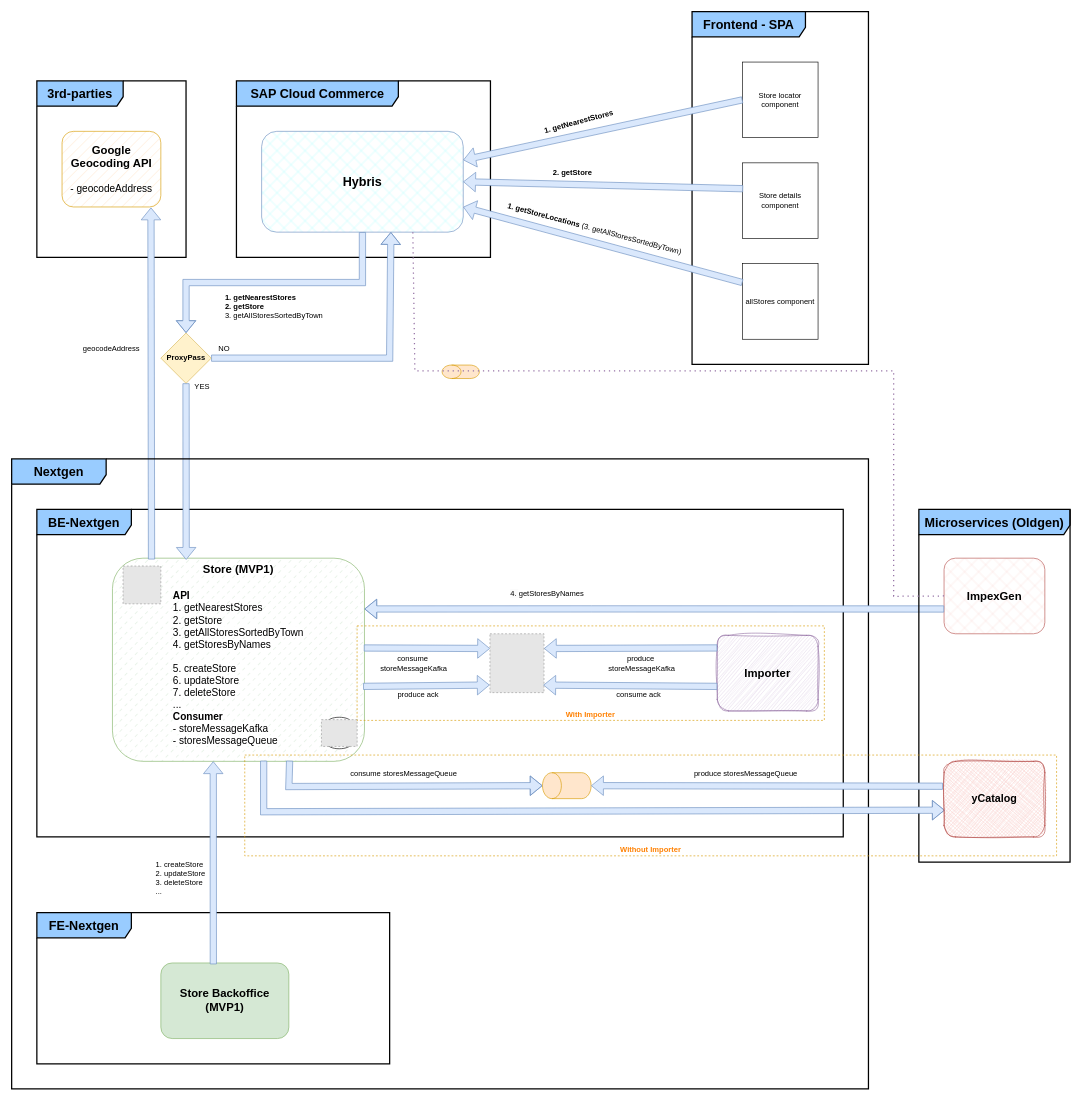
d-figuccia/draw-io keeps this draw.io diagram as graphs/store-macroservice.drawio. Above is the earlier version. Source tidied: cells renumbered, new cells numbered last; positions are measured from the earlier drawing's top-left corner, leaving out a move shared by most shapes. Both pictures are drawn from the tidied source at 63%, with x=0, y=0 at pixel (11, 11). Pictures stored in the file or linked from it are replaced by grey dashed boxes.
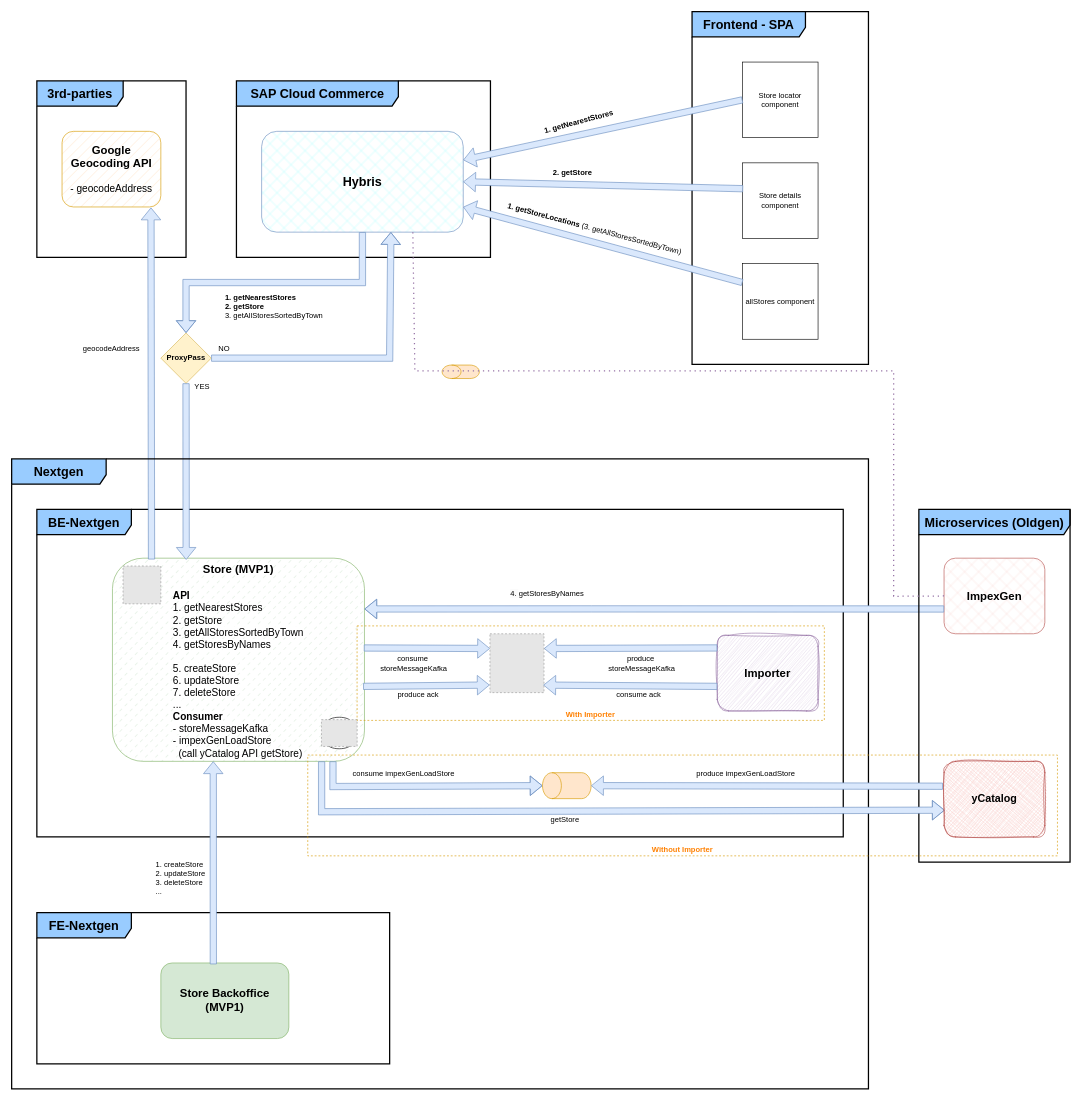
The same diagram, later.

Unchanged cells that the change refers to:
```xml
<mxCell id="45" style="fillColor=#E6E6E6;strokeColor=#999999;dashed=1;verticalLabelPosition=bottom;labelBackgroundColor=default;verticalAlign=top;" parent="1" vertex="1">
  <mxGeometry x="759.2" y="987.5" width="85.8" height="93.4" as="geometry" />
</mxCell>
<mxCell id="48" value="&lt;b&gt;&lt;font style=&quot;font-size: 17px;&quot;&gt;yCatalog&lt;/font&gt;&lt;/b&gt;" style="rounded=1;whiteSpace=wrap;html=1;fillColor=#f8cecc;strokeColor=#b85450;fillStyle=cross-hatch;sketch=1;curveFitting=1;jiggle=2;" parent="1" vertex="1">
  <mxGeometry x="1480" y="1190" width="160" height="120" as="geometry" />
</mxCell>
<mxCell id="50" value="&lt;div style=&quot;text-align: left;&quot;&gt;&lt;br&gt;&lt;/div&gt;" style="shape=cylinder3;whiteSpace=wrap;html=1;boundedLbl=1;backgroundOutline=1;size=15;rotation=-90;fillColor=#ffe6cc;fillStyle=solid;strokeColor=#d79b00;" parent="1" vertex="1">
  <mxGeometry x="860.6" y="1190" width="41.2" height="77.2" as="geometry" />
</mxCell>
```

Change to the diagram source:
```diff
@@
-    <mxCell id="5" value="&lt;span style=&quot;font-size: 18px; font-weight: 700; text-align: left;&quot;&gt;Store (MVP1)&lt;/span&gt;&lt;div&gt;&lt;span style=&quot;font-size: 18px; font-weight: 700; text-align: left;&quot;&gt;&lt;br&gt;&lt;/span&gt;&lt;/div&gt;&lt;div style=&quot;text-align: left; font-size: 16px;&quot;&gt;&lt;font style=&quot;font-size: 16px;&quot;&gt;&lt;b&gt;API&lt;/b&gt;&lt;/font&gt;&lt;/div&gt;&lt;div style=&quot;text-align: left; font-size: 16px;&quot;&gt;&lt;font style=&quot;font-size: 16px;&quot;&gt;1.&amp;nbsp;&lt;span style=&quot;background-color: initial; text-align: center; text-wrap: nowrap;&quot;&gt;getNearestStores&lt;/span&gt;&lt;/font&gt;&lt;/div&gt;&lt;div style=&quot;text-align: left; font-size: 16px;&quot;&gt;&lt;font style=&quot;font-size: 16px;&quot;&gt;&lt;span style=&quot;&quot;&gt;2.&amp;nbsp;&lt;/span&gt;&lt;span style=&quot;background-color: initial; text-align: center; text-wrap: nowrap;&quot;&gt;getStore&lt;/span&gt;&lt;/font&gt;&lt;/div&gt;&lt;div style=&quot;text-align: left; font-size: 16px;&quot;&gt;&lt;font style=&quot;font-size: 16px;&quot;&gt;3.&amp;nbsp;&lt;span style=&quot;background-color: rgb(255, 255, 255); text-wrap: nowrap; text-align: center;&quot;&gt;getAllStoresSortedByTown&lt;/span&gt;&lt;/font&gt;&lt;/div&gt;&lt;div style=&quot;text-align: left; font-size: 16px;&quot;&gt;&lt;font style=&quot;font-size: 16px;&quot;&gt;&lt;span style=&quot;background-color: rgb(255, 255, 255); text-wrap: nowrap; text-align: center;&quot;&gt;4.&amp;nbsp;&lt;/span&gt;&lt;/font&gt;&lt;span style=&quot;background-color: rgb(255, 255, 255); text-wrap: nowrap; text-align: center;&quot;&gt;getStoresByNames&lt;/span&gt;&lt;/div&gt;&lt;div style=&quot;text-align: left; font-size: 16px;&quot;&gt;&lt;font style=&quot;font-size: 16px;&quot;&gt;&lt;span style=&quot;background-color: rgb(255, 255, 255); text-wrap: nowrap; text-align: center;&quot;&gt;&lt;br&gt;&lt;/span&gt;&lt;/font&gt;&lt;/div&gt;&lt;div style=&quot;text-align: left; font-size: 16px;&quot;&gt;&lt;font style=&quot;font-size: 16px;&quot;&gt;&lt;span style=&quot;background-color: rgb(255, 255, 255); text-wrap: nowrap; text-align: center;&quot;&gt;5. createStore&lt;/span&gt;&lt;/font&gt;&lt;/div&gt;&lt;div style=&quot;text-align: left; font-size: 16px;&quot;&gt;&lt;font style=&quot;font-size: 16px;&quot;&gt;&lt;span style=&quot;background-color: rgb(255, 255, 255); text-wrap: nowrap; text-align: center;&quot;&gt;6. updateStore&lt;/span&gt;&lt;/font&gt;&lt;/div&gt;&lt;div style=&quot;text-align: left; font-size: 16px;&quot;&gt;&lt;font style=&quot;font-size: 16px;&quot;&gt;&lt;span style=&quot;background-color: rgb(255, 255, 255); text-wrap: nowrap; text-align: center;&quot;&gt;7. deleteStore&lt;/span&gt;&lt;/font&gt;&lt;/div&gt;&lt;div style=&quot;text-align: left; font-size: 16px;&quot;&gt;&lt;font style=&quot;font-size: 16px;&quot;&gt;&lt;span style=&quot;background-color: rgb(255, 255, 255); text-wrap: nowrap; text-align: center;&quot;&gt;...&lt;/span&gt;&lt;/font&gt;&lt;span style=&quot;background-color: rgb(255, 255, 255); text-align: center; text-wrap: nowrap;&quot;&gt;&amp;nbsp;&lt;/span&gt;&lt;/div&gt;&lt;div style=&quot;text-align: left; font-size: 16px;&quot;&gt;&lt;font style=&quot;font-size: 16px;&quot;&gt;&lt;span style=&quot;background-color: rgb(255, 255, 255); text-wrap: nowrap; text-align: center;&quot;&gt;&lt;b&gt;Consumer&lt;/b&gt;&lt;/span&gt;&lt;/font&gt;&lt;/div&gt;&lt;div style=&quot;text-align: left; font-size: 16px;&quot;&gt;&lt;font style=&quot;font-size: 16px;&quot;&gt;&lt;span style=&quot;background-color: rgb(255, 255, 255); text-wrap: nowrap; text-align: center;&quot;&gt;- storeMessageKafka&lt;/span&gt;&lt;/font&gt;&lt;/div&gt;&lt;div style=&quot;text-align: left; font-size: 16px;&quot;&gt;&lt;font style=&quot;font-size: 16px;&quot;&gt;&lt;span style=&quot;background-color: rgb(255, 255, 255); text-wrap: nowrap; text-align: center;&quot;&gt;- storesMessageQueue&lt;/span&gt;&lt;/font&gt;&lt;/div&gt;" style="rounded=1;whiteSpace=wrap;html=1;glass=0;shadow=0;fillColor=#d5e8d4;strokeColor=#82b366;fillStyle=dashed;verticalAlign=top;" parent="1" vertex="1">
+    <mxCell id="5" value="&lt;span style=&quot;font-size: 18px; font-weight: 700; text-align: left;&quot;&gt;Store (MVP1)&lt;/span&gt;&lt;div&gt;&lt;span style=&quot;font-size: 18px; font-weight: 700; text-align: left;&quot;&gt;&lt;br&gt;&lt;/span&gt;&lt;/div&gt;&lt;div style=&quot;text-align: left; font-size: 16px;&quot;&gt;&lt;font style=&quot;font-size: 16px;&quot;&gt;&lt;b&gt;API&lt;/b&gt;&lt;/font&gt;&lt;/div&gt;&lt;div style=&quot;text-align: left; font-size: 16px;&quot;&gt;&lt;font style=&quot;font-size: 16px;&quot;&gt;1.&amp;nbsp;&lt;span style=&quot;background-color: initial; text-align: center; text-wrap: nowrap;&quot;&gt;getNearestStores&lt;/span&gt;&lt;/font&gt;&lt;/div&gt;&lt;div style=&quot;text-align: left; font-size: 16px;&quot;&gt;&lt;font style=&quot;font-size: 16px;&quot;&gt;&lt;span style=&quot;&quot;&gt;2.&amp;nbsp;&lt;/span&gt;&lt;span style=&quot;background-color: initial; text-align: center; text-wrap: nowrap;&quot;&gt;getStore&lt;/span&gt;&lt;/font&gt;&lt;/div&gt;&lt;div style=&quot;text-align: left; font-size: 16px;&quot;&gt;&lt;font style=&quot;font-size: 16px;&quot;&gt;3.&amp;nbsp;&lt;span style=&quot;background-color: rgb(255, 255, 255); text-wrap: nowrap; text-align: center;&quot;&gt;getAllStoresSortedByTown&lt;/span&gt;&lt;/font&gt;&lt;/div&gt;&lt;div style=&quot;text-align: left; font-size: 16px;&quot;&gt;&lt;font style=&quot;font-size: 16px;&quot;&gt;&lt;span style=&quot;background-color: rgb(255, 255, 255); text-wrap: nowrap; text-align: center;&quot;&gt;4.&amp;nbsp;&lt;/span&gt;&lt;/font&gt;&lt;span style=&quot;background-color: rgb(255, 255, 255); text-wrap: nowrap; text-align: center;&quot;&gt;getStoresByNames&lt;/span&gt;&lt;/div&gt;&lt;div style=&quot;text-align: left; font-size: 16px;&quot;&gt;&lt;font style=&quot;font-size: 16px;&quot;&gt;&lt;span style=&quot;background-color: rgb(255, 255, 255); text-wrap: nowrap; text-align: center;&quot;&gt;&lt;br&gt;&lt;/span&gt;&lt;/font&gt;&lt;/div&gt;&lt;div style=&quot;text-align: left; font-size: 16px;&quot;&gt;&lt;font style=&quot;font-size: 16px;&quot;&gt;&lt;span style=&quot;background-color: rgb(255, 255, 255); text-wrap: nowrap; text-align: center;&quot;&gt;5. createStore&lt;/span&gt;&lt;/font&gt;&lt;/div&gt;&lt;div style=&quot;text-align: left; font-size: 16px;&quot;&gt;&lt;font style=&quot;font-size: 16px;&quot;&gt;&lt;span style=&quot;background-color: rgb(255, 255, 255); text-wrap: nowrap; text-align: center;&quot;&gt;6. updateStore&lt;/span&gt;&lt;/font&gt;&lt;/div&gt;&lt;div style=&quot;text-align: left; font-size: 16px;&quot;&gt;&lt;font style=&quot;font-size: 16px;&quot;&gt;&lt;span style=&quot;background-color: rgb(255, 255, 255); text-wrap: nowrap; text-align: center;&quot;&gt;7. deleteStore&lt;/span&gt;&lt;/font&gt;&lt;/div&gt;&lt;div style=&quot;text-align: left; font-size: 16px;&quot;&gt;&lt;font style=&quot;font-size: 16px;&quot;&gt;&lt;span style=&quot;background-color: rgb(255, 255, 255); text-wrap: nowrap; text-align: center;&quot;&gt;...&lt;/span&gt;&lt;/font&gt;&lt;span style=&quot;background-color: rgb(255, 255, 255); text-align: center; text-wrap: nowrap;&quot;&gt;&amp;nbsp;&lt;/span&gt;&lt;/div&gt;&lt;div style=&quot;text-align: left; font-size: 16px;&quot;&gt;&lt;font style=&quot;font-size: 16px;&quot;&gt;&lt;span style=&quot;background-color: rgb(255, 255, 255); text-wrap: nowrap; text-align: center;&quot;&gt;&lt;b&gt;Consumer&lt;/b&gt;&lt;/span&gt;&lt;/font&gt;&lt;/div&gt;&lt;div style=&quot;text-align: left; font-size: 16px;&quot;&gt;&lt;font style=&quot;font-size: 16px;&quot;&gt;&lt;span style=&quot;background-color: rgb(255, 255, 255); text-wrap: nowrap; text-align: center;&quot;&gt;- storeMessageKafka&lt;/span&gt;&lt;/font&gt;&lt;/div&gt;&lt;div style=&quot;text-align: left;&quot;&gt;&lt;font style=&quot;font-size: 16px;&quot;&gt;&lt;span style=&quot;background-color: rgb(255, 255, 255); text-wrap: nowrap; text-align: center;&quot;&gt;-&amp;nbsp;&lt;/span&gt;&lt;/font&gt;&lt;span style=&quot;background-color: initial; text-align: center; font-size: 16px; text-wrap: nowrap;&quot;&gt;impexGenLoadStore&amp;nbsp;&lt;/span&gt;&lt;/div&gt;&lt;div style=&quot;text-align: left;&quot;&gt;&lt;span style=&quot;background-color: initial; text-align: center; font-size: 16px; text-wrap: nowrap;&quot;&gt;&amp;nbsp; (call yCatalog API getStore)&lt;/span&gt;&lt;/div&gt;" style="rounded=1;whiteSpace=wrap;html=1;glass=0;shadow=0;fillColor=#d5e8d4;strokeColor=#82b366;fillStyle=dashed;verticalAlign=top;" parent="1" vertex="1">
       <mxGeometry x="160" y="867.5" width="400" height="322.5" as="geometry" />
     </mxCell>
@@
-    <mxCell id="47" style="shape=flexArrow;endArrow=classic;html=1;rounded=0;exitX=0.6;exitY=0.997;exitDx=0;exitDy=0;entryX=0.006;entryY=0.646;entryDx=0;entryDy=0;entryPerimeter=0;fillColor=#dae8fc;strokeColor=#6c8ebf;exitPerimeter=0;" parent="1" edge="1" source="5" target="48">
+    <mxCell id="47" style="shape=flexArrow;endArrow=classic;html=1;rounded=0;entryX=0.006;entryY=0.646;entryDx=0;entryDy=0;entryPerimeter=0;fillColor=#dae8fc;strokeColor=#6c8ebf;" parent="1" edge="1" target="48">
       <mxGeometry relative="1" as="geometry">
+        <mxPoint x="492" y="1190" as="sourcePoint" />
         <Array as="points">
-          <mxPoint x="400" y="1270" />
+          <mxPoint x="492" y="1270" />
         </Array>
       </mxGeometry>
     </mxCell>
@@
-    <mxCell id="49" style="shape=flexArrow;endArrow=classic;html=1;rounded=0;entryX=0.5;entryY=0;entryDx=0;entryDy=0;entryPerimeter=0;fillColor=#dae8fc;strokeColor=#6c8ebf;exitX=0.703;exitY=0.997;exitDx=0;exitDy=0;exitPerimeter=0;" parent="1" edge="1" source="5" target="50">
+    <mxCell id="49" style="shape=flexArrow;endArrow=classic;html=1;rounded=0;entryX=0.5;entryY=0;entryDx=0;entryDy=0;entryPerimeter=0;fillColor=#dae8fc;strokeColor=#6c8ebf;" parent="1" edge="1" target="50">
       <mxGeometry relative="1" as="geometry">
+        <mxPoint x="510" y="1190" as="sourcePoint" />
         <Array as="points">
-          <mxPoint x="440" y="1230" />
+          <mxPoint x="510" y="1230" />
         </Array>
       </mxGeometry>
     </mxCell>
@@
+    <mxCell id="54" style="shape=flexArrow;endArrow=classic;html=1;rounded=0;entryX=-0.006;entryY=0.871;entryDx=0;entryDy=0;entryPerimeter=0;fillColor=#dae8fc;strokeColor=#6c8ebf;exitX=0.995;exitY=0.631;exitDx=0;exitDy=0;exitPerimeter=0;" parent="1" edge="1" source="5" target="45">
+      <mxGeometry relative="1" as="geometry" />
+    </mxCell>
     <mxCell id="53" value="&lt;font color=&quot;#ff8000&quot;&gt;&lt;b&gt;Without Importer&lt;/b&gt;&lt;/font&gt;" style="rounded=0;whiteSpace=wrap;html=1;fillColor=none;strokeColor=#d79b00;dashed=1;verticalAlign=bottom;" parent="1" vertex="1">
-      <mxGeometry x="370" y="1180" width="1288.6" height="160" as="geometry" />
+      <mxGeometry x="470" y="1180" width="1190" height="160" as="geometry" />
     </mxCell>
-    <mxCell id="54" style="shape=flexArrow;endArrow=classic;html=1;rounded=0;entryX=-0.006;entryY=0.871;entryDx=0;entryDy=0;entryPerimeter=0;fillColor=#dae8fc;strokeColor=#6c8ebf;exitX=0.995;exitY=0.631;exitDx=0;exitDy=0;exitPerimeter=0;" parent="1" edge="1" source="5" target="45">
-      <mxGeometry relative="1" as="geometry" />
-    </mxCell>
@@
-    <mxCell id="58" value="consume storesMessageQueue" style="text;html=1;align=center;verticalAlign=middle;strokeColor=none;fillColor=none;" parent="1" vertex="1">
+    <mxCell id="58" value="consume impexGenLoadStore" style="text;html=1;align=center;verticalAlign=middle;strokeColor=none;fillColor=none;" parent="1" vertex="1">
       <mxGeometry x="527" y="1195" width="190" height="30" as="geometry" />
     </mxCell>
-    <mxCell id="59" value="produce storesMessageQueue" style="text;html=1;align=center;verticalAlign=middle;strokeColor=none;fillColor=none;" parent="1" vertex="1">
-      <mxGeometry x="1070" y="1195" width="190" height="30" as="geometry" />
+    <mxCell id="59" value="produce impexGenLoadStore" style="text;html=1;align=center;verticalAlign=middle;strokeColor=none;fillColor=none;" parent="1" vertex="1">
+      <mxGeometry x="1075" y="1195" width="180" height="30" as="geometry" />
     </mxCell>
+    <mxCell id="60" value="getStore" style="text;html=1;align=center;verticalAlign=middle;strokeColor=none;fillColor=none;" parent="1" vertex="1">
+      <mxGeometry x="843.2" y="1267.2" width="70" height="30" as="geometry" />
+    </mxCell>
```
